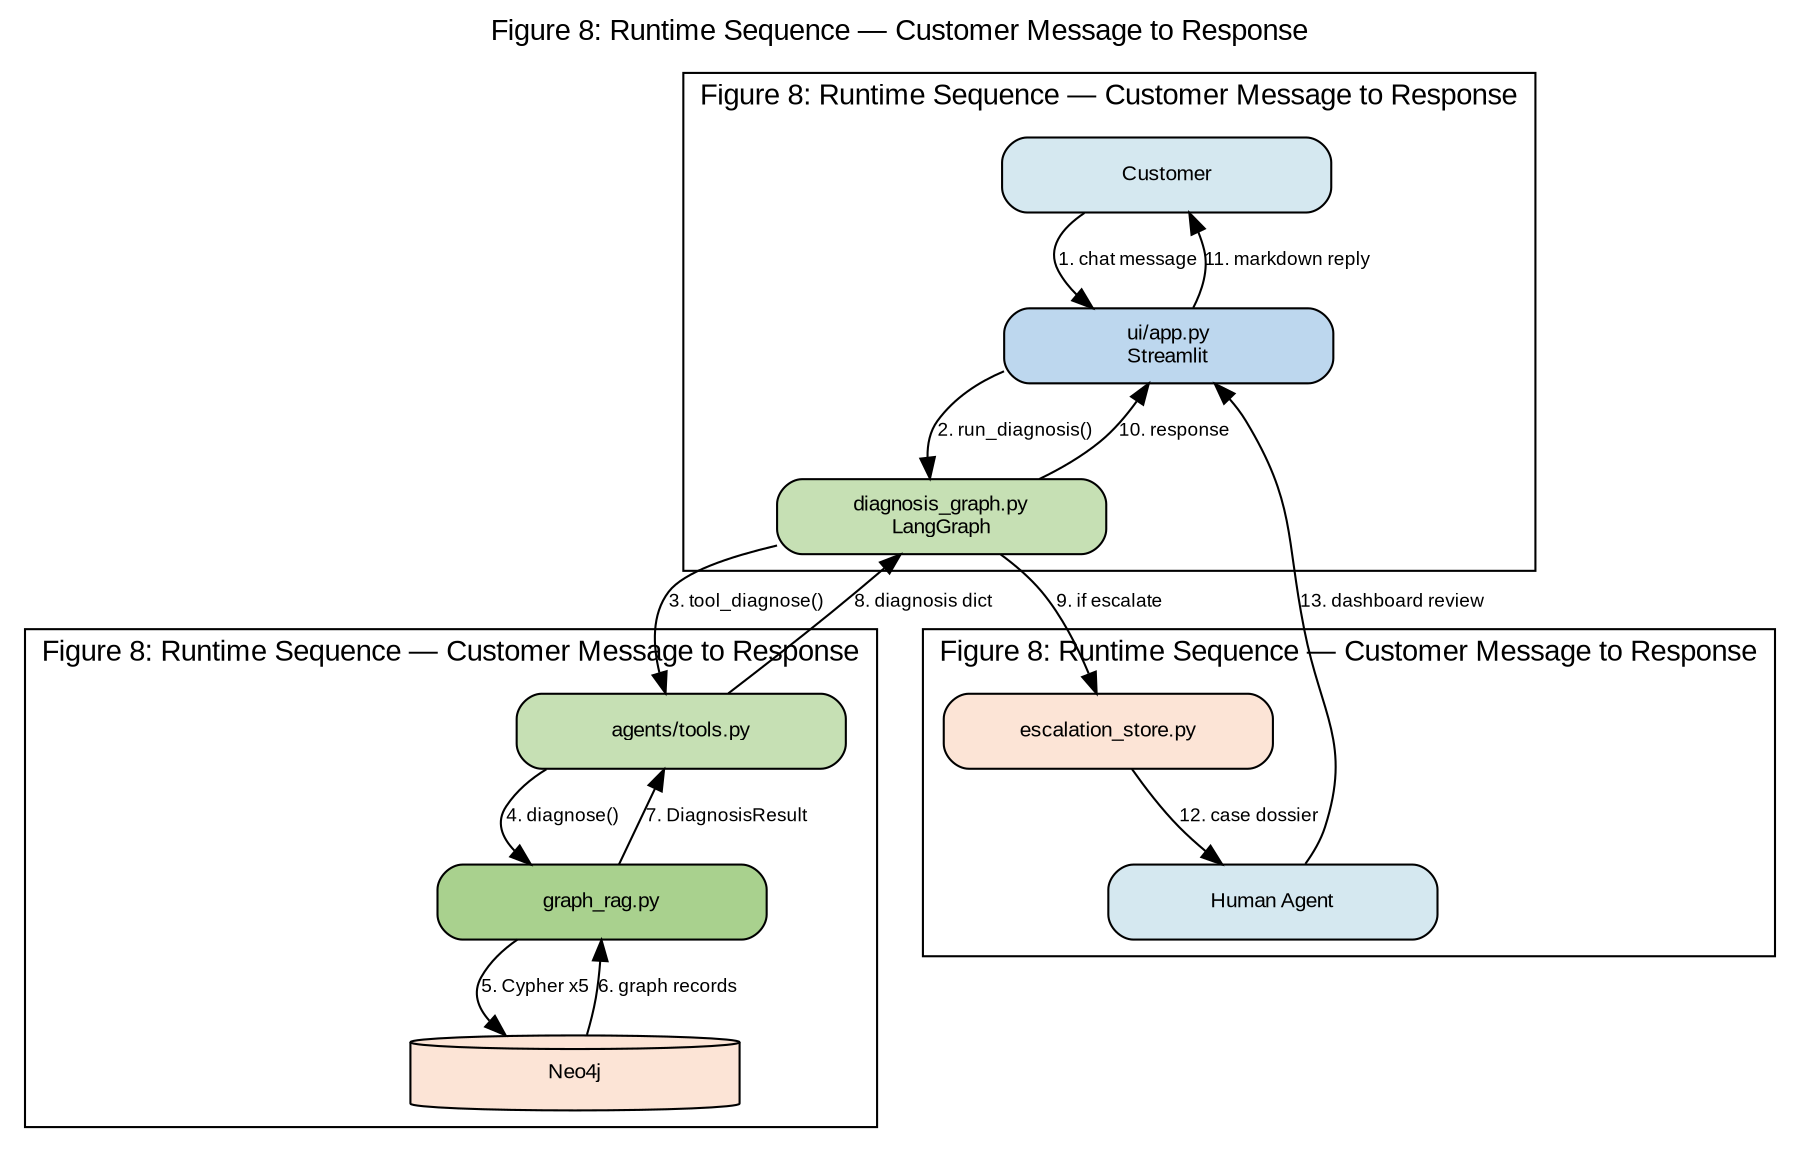
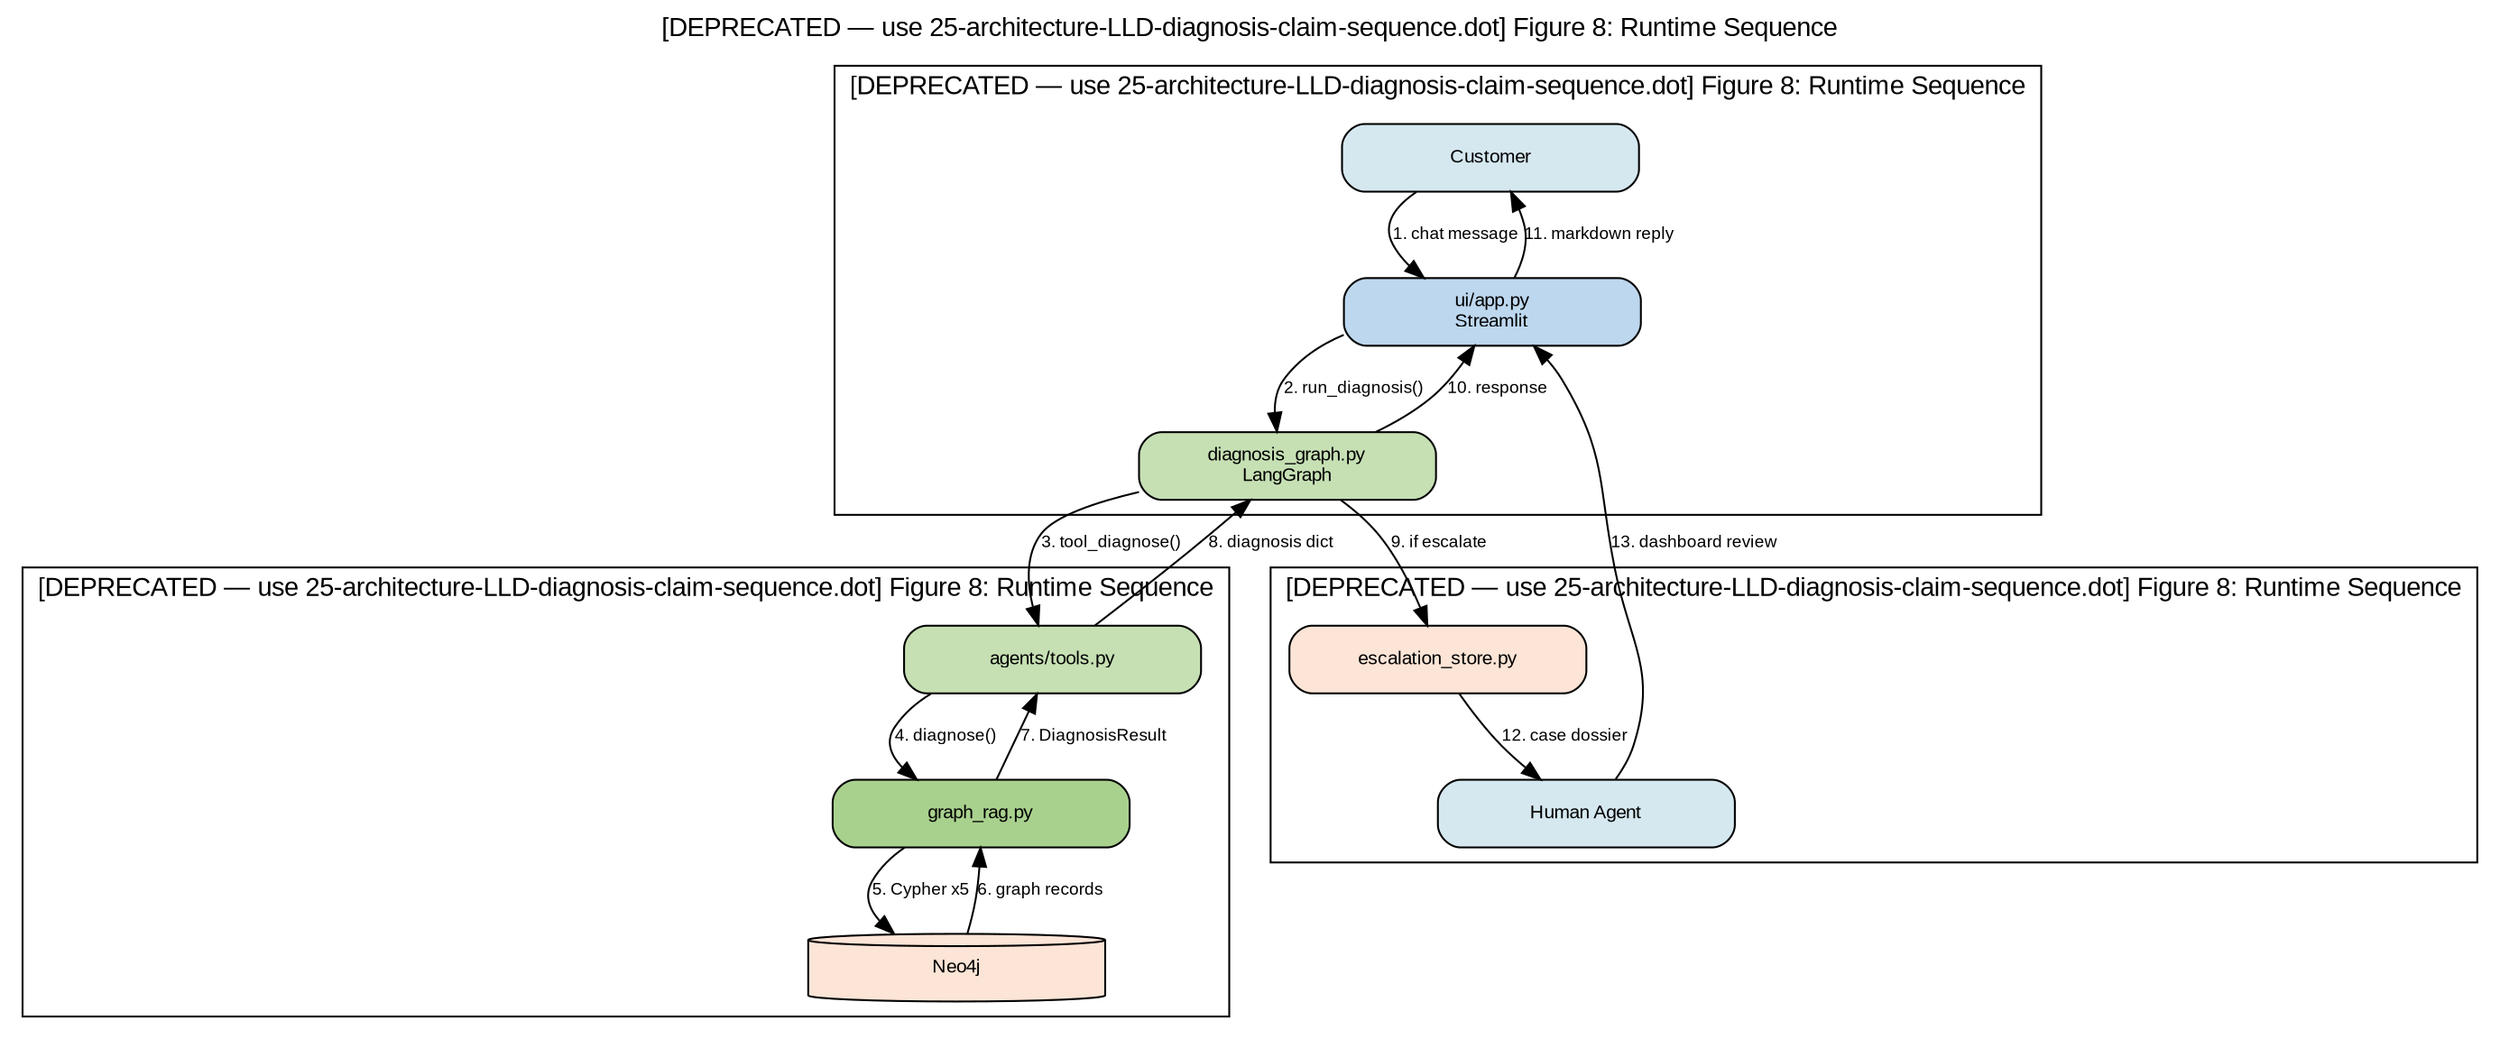
// Figure 8: Runtime Request Sequence (customer message → response)
digraph RuntimeSequence {
  graph [
    rankdir=TB
-     label="Figure 8: Runtime Sequence — Customer Message to Response"
+     label="[DEPRECATED — use 25-architecture-LLD-diagnosis-claim-sequence.dot] Figure 8: Runtime Sequence"
    labelloc=t
    fontsize=14
    fontname="Arial"
    bgcolor="white"
    nodesep=0.4
  ]
  node [shape=box, style="rounded,filled", fontname="Arial", fontsize=10, width=2.2]
  edge [fontname="Arial", fontsize=9]

  subgraph cluster_row1 {
    rank=same
    C [label="Customer", fillcolor="#D5E8F0"]
    UI [label="ui/app.py\nStreamlit", fillcolor="#BDD7EE"]
    LG [label="diagnosis_graph.py\nLangGraph", fillcolor="#C6E0B4"]
  }

  subgraph cluster_row2 {
    rank=same
    Tools [label="agents/tools.py", fillcolor="#C6E0B4"]
    GR [label="graph_rag.py", fillcolor="#A9D18E"]
    Neo [label="Neo4j", shape=cylinder, fillcolor="#FCE4D6"]
  }

  subgraph cluster_row3 {
    rank=same
    Esc [label="escalation_store.py", fillcolor="#FCE4D6"]
    Agent [label="Human Agent", fillcolor="#D5E8F0"]
  }

  C -> UI [label="1. chat message"]
  UI -> LG [label="2. run_diagnosis()"]
  LG -> Tools [label="3. tool_diagnose()"]
  Tools -> GR [label="4. diagnose()"]
  GR -> Neo [label="5. Cypher x5"]
  Neo -> GR [label="6. graph records"]
  GR -> Tools [label="7. DiagnosisResult"]
  Tools -> LG [label="8. diagnosis dict"]
  LG -> Esc [label="9. if escalate"]
  LG -> UI [label="10. response"]
  UI -> C [label="11. markdown reply"]
  Esc -> Agent [label="12. case dossier"]
  Agent -> UI [label="13. dashboard review"]
}